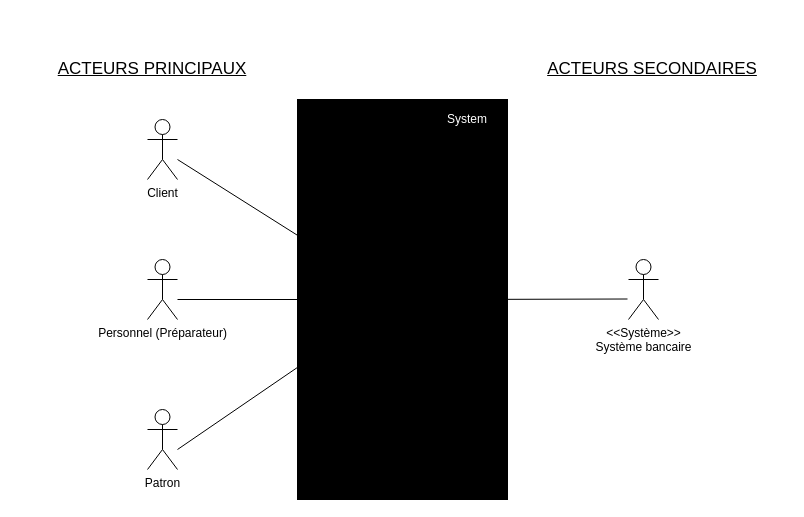
Above: DiagrammeDeContexte.drawio in Garcimore27/UML (draw.io), before the change. Source tidied: cells renumbered, new cells numbered last; positions are measured from the earlier drawing's top-left corner, leaving out a move shared by most shapes. Both pictures are drawn from the tidied source at 100%, with x=0, y=0 at pixel (17, 59).
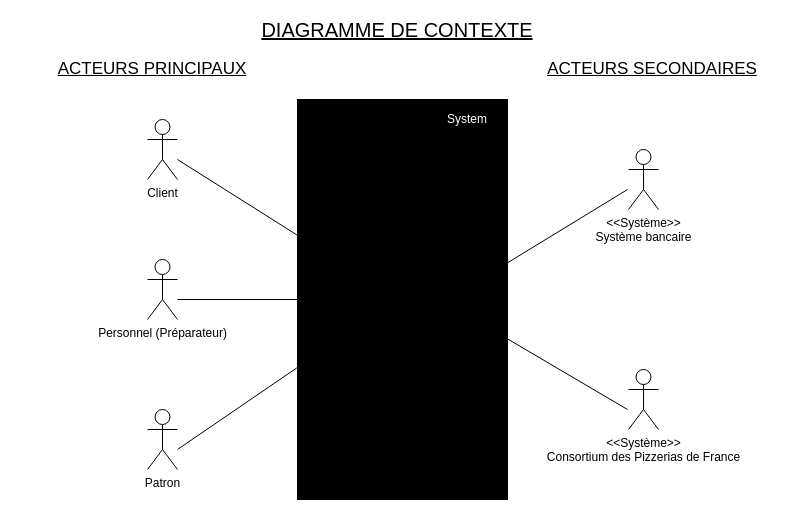
After the change.

The edit, as a diff of the source:
```diff
@@
     <mxCell id="6" value="&amp;lt;&amp;lt;Système&amp;gt;&amp;gt;&lt;br&gt;Système bancaire&lt;br&gt;" style="shape=umlActor;verticalLabelPosition=bottom;labelBackgroundColor=#ffffff;verticalAlign=top;html=1;" parent="1" vertex="1">
-      <mxGeometry x="611" y="200" width="30" height="60" as="geometry" />
+      <mxGeometry x="611" y="90" width="30" height="60" as="geometry" />
     </mxCell>
@@
     <mxCell id="9" style="endArrow=none;html=1;" parent="1" edge="1">
       <mxGeometry relative="1" as="geometry">
         <mxPoint x="430" y="240" as="sourcePoint" />
-        <mxPoint x="610" y="239.5" as="targetPoint" />
+        <mxPoint x="610" y="130" as="targetPoint" />
       </mxGeometry>
     </mxCell>
@@
+    <mxCell id="14" value="&amp;lt;&amp;lt;Système&amp;gt;&amp;gt;&lt;br&gt;Consortium des Pizzerias de France&lt;br&gt;" style="shape=umlActor;verticalLabelPosition=bottom;labelBackgroundColor=#ffffff;verticalAlign=top;html=1;" parent="1" vertex="1">
+      <mxGeometry x="611" y="310" width="30" height="60" as="geometry" />
+    </mxCell>
+    <mxCell id="15" style="endArrow=none;html=1;" parent="1" edge="1">
+      <mxGeometry relative="1" as="geometry">
+        <mxPoint x="440" y="250" as="sourcePoint" />
+        <mxPoint x="610" y="350" as="targetPoint" />
+      </mxGeometry>
+    </mxCell>
+    <mxCell id="16" value="DIAGRAMME DE CONTEXTE" style="text;html=1;strokeColor=none;fillColor=none;align=center;verticalAlign=middle;whiteSpace=wrap;rounded=0;labelBackgroundColor=none;fontSize=20;fontColor=#000000;fontStyle=4;" parent="1" vertex="1">
+      <mxGeometry x="90" y="-40" width="580" height="20" as="geometry" />
+    </mxCell>
```
